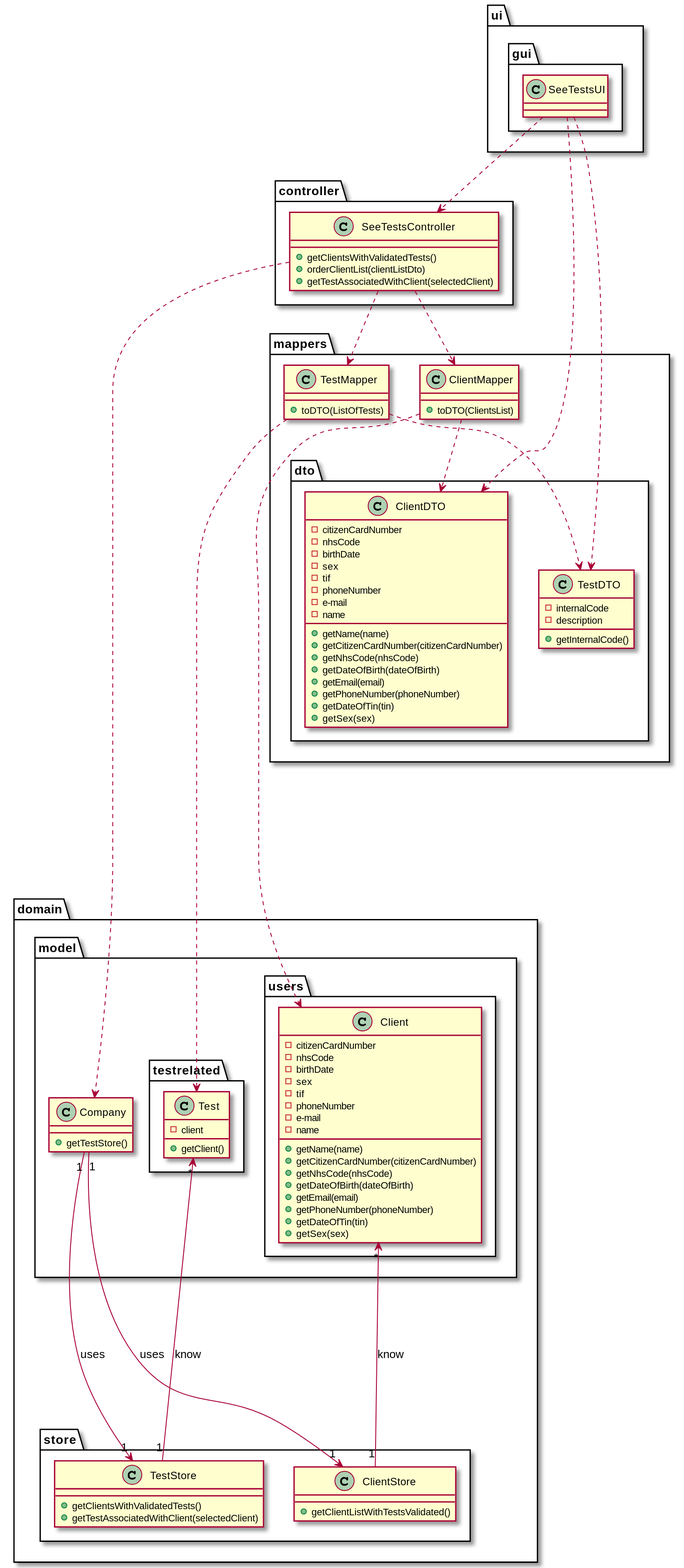
manu-07-ela/LAPR2_ISEP keeps this PlantUML diagram as docs/SprintD/US13/US13_CD.svg. Above is the earlier version.
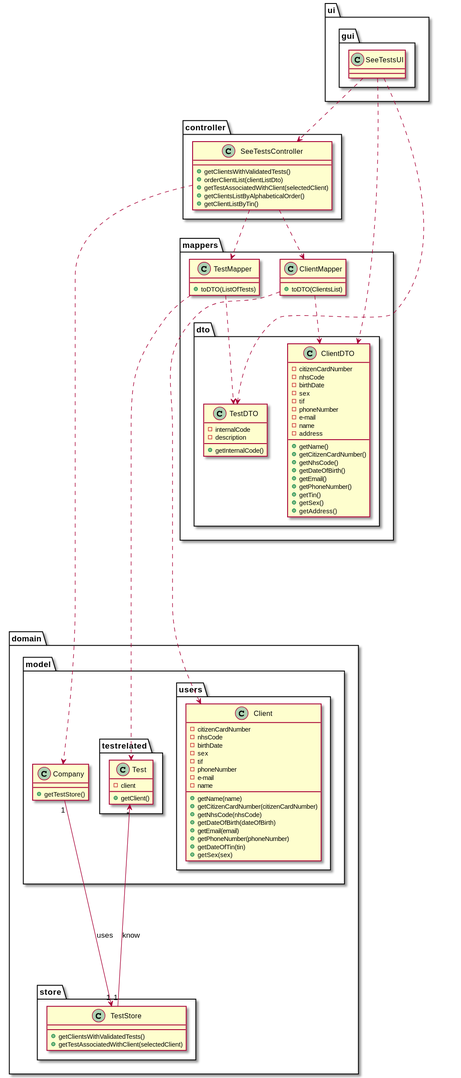
The same diagram one commit later.

The edit, as a diff of the source:
```diff
@@ -28,7 +28,6 @@
 class Company
 }
 package store {
-class ClientStore
 class TestStore
 }
 }
@@ -40,6 +39,8 @@
 +getClientsWithValidatedTests()
 +orderClientList(clientListDto)
 +getTestAssociatedWithClient(selectedClient)
++getClientsListByAlphabeticalOrder()
++getClientListByTin()
 
 
 }
@@ -53,15 +54,17 @@
 -phoneNumber
 -e-mail
 -name
+-address
 
-+getName(name)
-+getCitizenCardNumber(citizenCardNumber)
-+getNhsCode(nhsCode)
-+getDateOfBirth(dateOfBirth)
-+getEmail(email)
-+getPhoneNumber(phoneNumber)
-+getDateOfTin(tin)
-+getSex(sex)
++getName()
++getCitizenCardNumber()
++getNhsCode()
++getDateOfBirth()
++getEmail()
++getPhoneNumber()
++getTin()
++getSex()
++getAddress()
 }
 
 class TestDTO{
@@ -75,10 +78,6 @@
 
 }
 
-class ClientStore{
-+getClientListWithTestsValidated()
-
-}
 
 class ClientMapper{
 +toDTO(ClientsList)
@@ -129,8 +128,6 @@
 SeeTestsController ..> ClientMapper
 SeeTestsController ..> Company
 Company "1" ----> "1" TestStore : uses
-Company "1" -----> "1" ClientStore : uses
-ClientStore "1" --> "*" Client : know
 TestStore"1" --> "*" Test : know
 TestMapper ..> TestDTO
 TestMapper .....> Test
```
